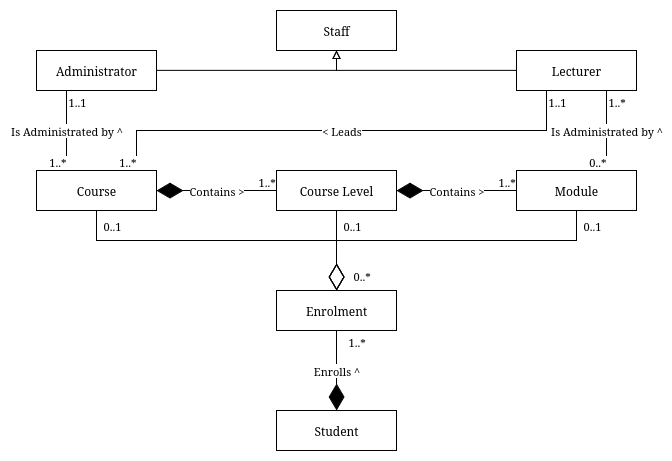
TotalDwarf03/IS3S662-advanced-databases-and-modelling keeps this draw.io diagram as track1/assets/2b_v2.drawio.png. Above is the earlier version. Source tidied: cells renumbered, new cells last; positions are measured from the earlier drawing's top-left corner, leaving out a move shared by most shapes. Source of this version:
```xml
<mxGraphModel>
  <root>
    <mxCell id="0" />
    <mxCell id="1" parent="0" />
    <mxCell id="2" style="edgeStyle=orthogonalEdgeStyle;rounded=0;jettySize=auto;html=1;exitX=0.5;exitY=1;exitDx=0;exitDy=0;endArrow=diamondThin;endFill=0;endSize=24;" parent="1" edge="1" source="3" target="12">
      <mxGeometry relative="1" as="geometry" />
    </mxCell>
    <mxCell id="3" value="Course" style="rounded=0;whiteSpace=wrap;html=1;" parent="1" vertex="1">
      <mxGeometry y="160" width="120" height="40" as="geometry" />
    </mxCell>
    <mxCell id="4" style="edgeStyle=orthogonalEdgeStyle;rounded=0;jettySize=auto;html=1;exitX=0.5;exitY=1;exitDx=0;exitDy=0;endArrow=diamondThin;endFill=0;endSize=24;" parent="1" edge="1" source="5" target="12">
      <mxGeometry relative="1" as="geometry" />
    </mxCell>
    <mxCell id="5" value="Course Level" style="rounded=0;whiteSpace=wrap;html=1;" parent="1" vertex="1">
      <mxGeometry x="240" y="160" width="120" height="40" as="geometry" />
    </mxCell>
    <mxCell id="6" value="Contains &amp;gt;" style="endArrow=diamondThin;endFill=1;endSize=24;html=1;rounded=0;" parent="1" edge="1" source="5" target="3">
      <mxGeometry relative="1" as="geometry" />
    </mxCell>
    <mxCell id="7" value="1..*" style="edgeLabel;html=1;align=left;verticalAlign=bottom;" parent="1" vertex="1">
      <mxGeometry x="220" y="180" as="geometry" />
    </mxCell>
    <mxCell id="8" value="Contains &amp;gt;" style="endArrow=diamondThin;endFill=1;endSize=24;html=1;rounded=0;" parent="1" edge="1" source="10" target="5">
      <mxGeometry relative="1" as="geometry" />
    </mxCell>
    <mxCell id="9" style="edgeStyle=orthogonalEdgeStyle;rounded=0;jettySize=auto;html=1;exitX=0.5;exitY=1;exitDx=0;exitDy=0;endArrow=diamondThin;endFill=0;endSize=24;" parent="1" edge="1" source="10" target="12">
      <mxGeometry relative="1" as="geometry" />
    </mxCell>
    <mxCell id="10" value="Module" style="rounded=0;whiteSpace=wrap;html=1;" parent="1" vertex="1">
      <mxGeometry x="480" y="160" width="120" height="40" as="geometry" />
    </mxCell>
    <mxCell id="11" value="1..*" style="edgeLabel;html=1;align=left;verticalAlign=bottom;" parent="1" vertex="1">
      <mxGeometry x="460" y="180" as="geometry" />
    </mxCell>
    <mxCell id="12" value="Enrolment" style="rounded=0;whiteSpace=wrap;html=1;" parent="1" vertex="1">
      <mxGeometry x="240" y="280" width="120" height="40" as="geometry" />
    </mxCell>
    <mxCell id="13" value="Student" style="rounded=0;whiteSpace=wrap;html=1;" parent="1" vertex="1">
      <mxGeometry x="240" y="400" width="120" height="40" as="geometry" />
    </mxCell>
    <mxCell id="14" value="Enrolls ^" style="endArrow=diamondThin;endFill=1;endSize=24;html=1;rounded=0;" parent="1" edge="1" source="12" target="13">
      <mxGeometry relative="1" as="geometry" />
    </mxCell>
    <mxCell id="15" value="1..*" style="edgeLabel;html=1;align=left;verticalAlign=bottom;" parent="1" vertex="1">
      <mxGeometry x="310" y="340" as="geometry" />
    </mxCell>
    <mxCell id="16" value="Lecturer" style="rounded=0;whiteSpace=wrap;html=1;" parent="1" vertex="1">
      <mxGeometry x="480" y="40" width="120" height="40" as="geometry" />
    </mxCell>
    <mxCell id="17" value="Is Administrated by ^" style="endArrow=none;html=1;edgeStyle=orthogonalEdgeStyle;rounded=0;" parent="1" edge="1" source="16" target="10">
      <mxGeometry relative="1" as="geometry">
        <Array as="points">
          <mxPoint x="570" y="130" />
          <mxPoint x="570" y="130" />
        </Array>
      </mxGeometry>
    </mxCell>
    <mxCell id="18" value="1..*" style="edgeLabel;html=1;align=left;verticalAlign=bottom;" parent="17" vertex="1">
      <mxGeometry x="-1" relative="1" as="geometry">
        <mxPoint y="20" as="offset" />
      </mxGeometry>
    </mxCell>
    <mxCell id="19" value="0..*" style="edgeLabel;html=1;align=right;verticalAlign=bottom;" parent="17" vertex="1">
      <mxGeometry x="1" relative="1" as="geometry" />
    </mxCell>
    <mxCell id="20" value="Administrator" style="rounded=0;whiteSpace=wrap;html=1;" parent="1" vertex="1">
      <mxGeometry y="40" width="120" height="40" as="geometry" />
    </mxCell>
    <mxCell id="21" value="Is Administrated by ^" style="endArrow=none;html=1;edgeStyle=orthogonalEdgeStyle;rounded=0;" parent="1" edge="1" source="20" target="3">
      <mxGeometry relative="1" as="geometry">
        <Array as="points">
          <mxPoint x="30" y="130" />
          <mxPoint x="30" y="130" />
        </Array>
      </mxGeometry>
    </mxCell>
    <mxCell id="22" value="1..1" style="edgeLabel;html=1;align=left;verticalAlign=bottom;" parent="21" vertex="1">
      <mxGeometry x="-1" relative="1" as="geometry">
        <mxPoint y="20" as="offset" />
      </mxGeometry>
    </mxCell>
    <mxCell id="23" value="1..*" style="edgeLabel;html=1;align=right;verticalAlign=bottom;" parent="21" vertex="1">
      <mxGeometry x="1" relative="1" as="geometry" />
    </mxCell>
    <mxCell id="24" style="edgeStyle=orthogonalEdgeStyle;rounded=0;jettySize=auto;html=1;endArrow=block;endFill=0;entryX=0.5;entryY=1;entryDx=0;entryDy=0;" parent="1" edge="1" source="20" target="26">
      <mxGeometry relative="1" as="geometry" />
    </mxCell>
    <mxCell id="25" style="edgeStyle=orthogonalEdgeStyle;rounded=0;jettySize=auto;html=1;endArrow=block;endFill=0;entryX=0.5;entryY=1;entryDx=0;entryDy=0;" parent="1" edge="1" source="16" target="26">
      <mxGeometry relative="1" as="geometry" />
    </mxCell>
    <mxCell id="26" value="Staff" style="rounded=0;whiteSpace=wrap;html=1;" parent="1" vertex="1">
      <mxGeometry x="240" width="120" height="40" as="geometry" />
    </mxCell>
    <mxCell id="27" value="&amp;lt; Leads" style="endArrow=none;html=1;edgeStyle=orthogonalEdgeStyle;rounded=0;align=center;" parent="1" edge="1" source="16" target="3">
      <mxGeometry relative="1" as="geometry">
        <Array as="points">
          <mxPoint x="510" y="120" />
          <mxPoint x="100" y="120" />
        </Array>
      </mxGeometry>
    </mxCell>
    <mxCell id="28" value="1..1" style="edgeLabel;html=1;align=left;verticalAlign=bottom;" parent="27" vertex="1">
      <mxGeometry x="-1" relative="1" as="geometry">
        <mxPoint y="20" as="offset" />
      </mxGeometry>
    </mxCell>
    <mxCell id="29" value="1..*" style="edgeLabel;html=1;align=right;verticalAlign=bottom;" parent="27" vertex="1">
      <mxGeometry x="1" relative="1" as="geometry" />
    </mxCell>
    <mxCell id="30" value="0..1" style="edgeLabel;html=1;align=left;verticalAlign=bottom;" parent="1" vertex="1">
      <mxGeometry x="550" y="220" as="geometry">
        <mxPoint x="-5" y="4" as="offset" />
      </mxGeometry>
    </mxCell>
    <mxCell id="31" value="0..1" style="edgeLabel;html=1;align=left;verticalAlign=bottom;" parent="1" vertex="1">
      <mxGeometry x="310" y="220" as="geometry">
        <mxPoint x="-5" y="4" as="offset" />
      </mxGeometry>
    </mxCell>
    <mxCell id="32" value="0..1" style="edgeLabel;html=1;align=left;verticalAlign=bottom;" parent="1" vertex="1">
      <mxGeometry x="70" y="220" as="geometry">
        <mxPoint x="-5" y="4" as="offset" />
      </mxGeometry>
    </mxCell>
    <mxCell id="33" value="0..*" style="edgeLabel;html=1;align=left;verticalAlign=bottom;" parent="1" vertex="1">
      <mxGeometry x="320" y="270" as="geometry">
        <mxPoint x="-5" y="4" as="offset" />
      </mxGeometry>
    </mxCell>
  </root>
</mxGraphModel>
```
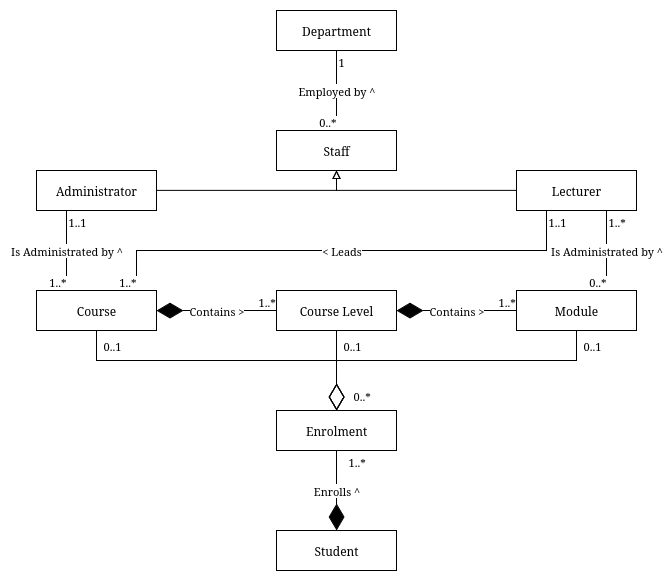
Later version of the same file.

Commit message:
Add department to 2b ver 2.

What changed in the source:
```diff
@@ -127,5 +127,19 @@
         <mxPoint x="-5" y="4" as="offset" />
       </mxGeometry>
     </mxCell>
+    <mxCell id="34" value="Department" style="rounded=0;whiteSpace=wrap;html=1;" parent="1" vertex="1">
+      <mxGeometry x="240" y="-120" width="120" height="40" as="geometry" />
+    </mxCell>
+    <mxCell id="35" value="Employed by ^" style="endArrow=none;html=1;edgeStyle=orthogonalEdgeStyle;rounded=0;" parent="1" edge="1" source="34" target="26">
+      <mxGeometry relative="1" as="geometry" />
+    </mxCell>
+    <mxCell id="36" value="1" style="edgeLabel;html=1;align=left;verticalAlign=bottom;" parent="35" vertex="1">
+      <mxGeometry x="-1" relative="1" as="geometry">
+        <mxPoint y="20" as="offset" />
+      </mxGeometry>
+    </mxCell>
+    <mxCell id="37" value="0..*" style="edgeLabel;html=1;align=right;verticalAlign=bottom;" parent="35" vertex="1">
+      <mxGeometry x="1" relative="1" as="geometry" />
+    </mxCell>
   </root>
 </mxGraphModel>
```
